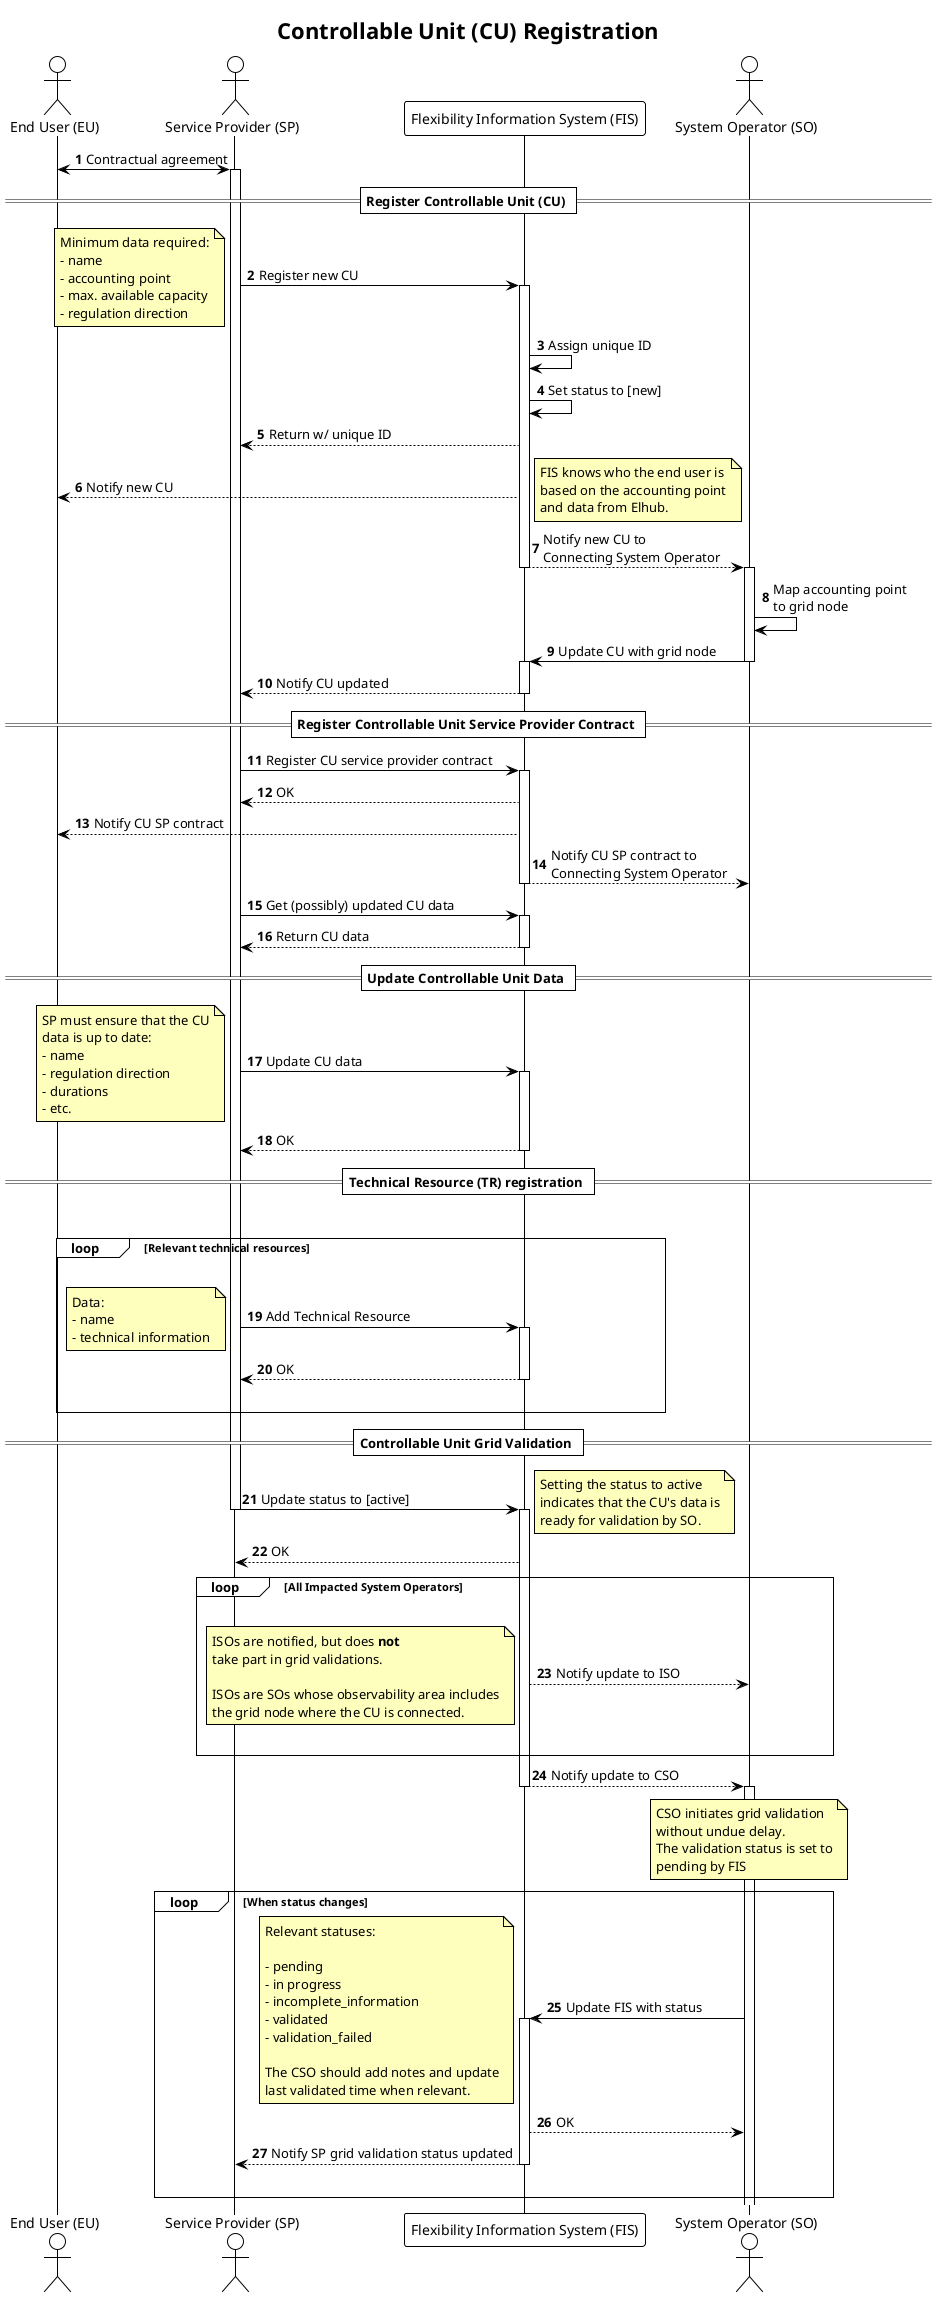
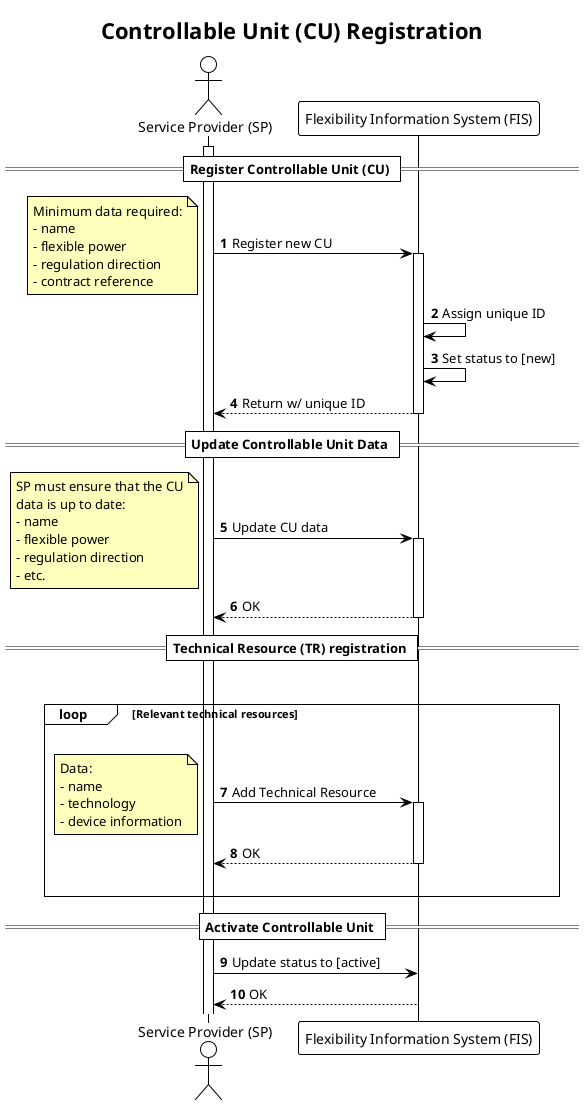
@startuml controllable_unit_registration
!theme plain

title Controllable Unit (CU) Registration

autonumber
skinparam note {
    BackgroundColor #FFFFBD
}

- actor "End User (EU)" AS EU
actor "Service Provider (SP)" as SP
participant "Flexibility Information System (FIS)" as FIS
- actor "System Operator (SO)" as SO

- EU <-> SP: Contractual agreement
activate SP

== Register Controllable Unit (CU) ==

SP -> FIS: Register new CU
note left
    Minimum data required:
    - name
-     - accounting point
-     - max. available capacity
+     - flexible power
    - regulation direction
+     - contract reference
end note

activate FIS
FIS -> FIS: Assign unique ID
FIS -> FIS: Set status to [new]
FIS --> SP: Return w/ unique ID
- FIS --> EU : Notify new CU
- note right
-     FIS knows who the end user is
-     based on the accounting point
-     and data from Elhub.
- end note
- FIS --> SO: Notify new CU to\nConnecting System Operator
- deactivate FIS
- 
- activate SO
- SO -> SO: Map accounting point \nto grid node
- SO -> FIS: Update CU with grid node
- deactivate SO
- activate FIS
- FIS --> SP: Notify CU updated
- deactivate FIS
- 
- == Register Controllable Unit Service Provider Contract ==
- 
- SP -> FIS: Register CU service provider contract
- activate FIS
- FIS --> SP: OK
- FIS --> EU : Notify CU SP contract
- FIS --> SO: Notify CU SP contract to\nConnecting System Operator
- deactivate FIS
- 
- SP -> FIS: Get (possibly) updated CU data
- activate FIS
- FIS --> SP: Return CU data
deactivate FIS

== Update Controllable Unit Data ==

SP -> FIS: Update CU data
note left
    SP must ensure that the CU
    data is up to date:
    - name
+     - flexible power
    - regulation direction
-     - durations
    - etc.
end note
activate FIS
FIS --> SP: OK
deactivate FIS

== Technical Resource (TR) registration ==

'There is no reference to technical resource in the ACER document
'but ref to existing definitions ‘demand unit’ means an indivisible set of installations containing equipment which can be actively controlled by a demand facility
'owner or by a CDSO, either individually or commonly as part of demand agregation through a third party to provide demand response services
'to relevant system operators and relevant TSOs  or is a V1G electric vehicle and associated V1G electric vehicle supply equipment,
'power-to-gas demand unit or heat-pump.

loop For each relevant TR of the CU

loop Relevant technical resources
    |||
    SP -> FIS: Add Technical Resource
    note left
        Data:
        - name
-         - technical information
+         - technology
+         - device information
    end note
    activate FIS
    FIS --> SP: OK
    deactivate FIS
    |||
end

- == Controllable Unit Grid Validation ==
+ == Activate Controllable Unit ==

SP -> FIS: Update status to [active]
- deactivate SP
- activate FIS
- note right
-     Setting the status to active
-     indicates that the CU's data is
-     ready for validation by SO.
- end note
FIS --> SP: OK

- loop All Impacted System Operators
-     |||
-     FIS --> SO: Notify update to ISO
-     note left
-         ISOs are notified, but does <b>not</b>
-         take part in grid validations.
- 
-         ISOs are SOs whose observability area includes
-         the grid node where the CU is connected.
-     end note
-     |||
- end
- 
- FIS --> SO: Notify update to CSO
- deactivate FIS
- activate SO
- 
- note over SO
-     CSO initiates grid validation
-     without undue delay.
-     The validation status is set to
-     pending by FIS
- end note
- loop When status changes
-     SO -> FIS: Update FIS with status
-     note left
-         Relevant statuses:
- 
-         - pending
-         - in progress
-         - incomplete_information
-         - validated
-         - validation_failed
- 
-         The CSO should add notes and update
-         last validated time when relevant.
-     end note
-     activate FIS
-     FIS --> SO: OK
-     FIS --> SP: Notify SP grid validation status updated
-     deactivate FIS
-     |||
- end
- 
- 
@enduml
